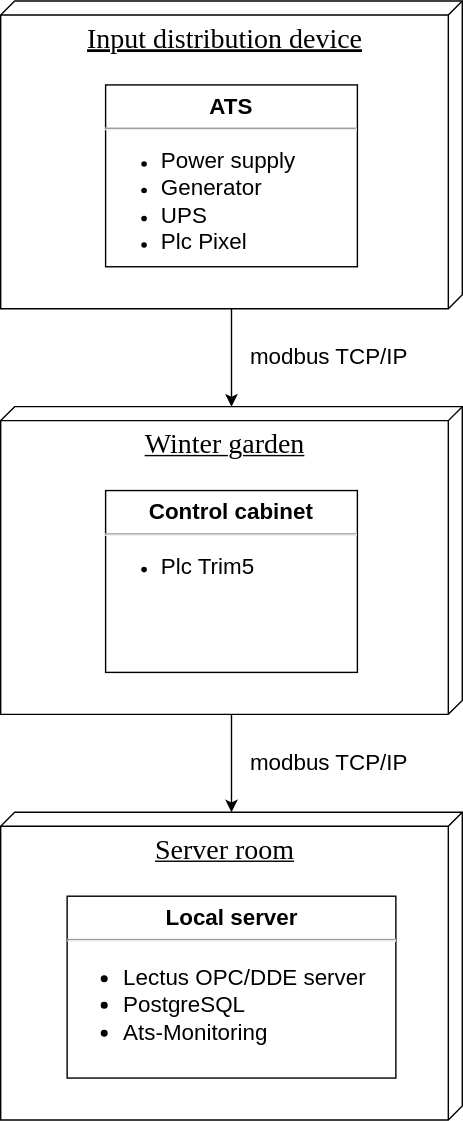
Above: diagram ats-monitoring.drawio.svg in stepanov-denis/ats-monitoring (draw.io), before the change. Source tidied: cells renumbered, new cells last; positions are measured from the earlier drawing's top-left corner, leaving out a move shared by most shapes.
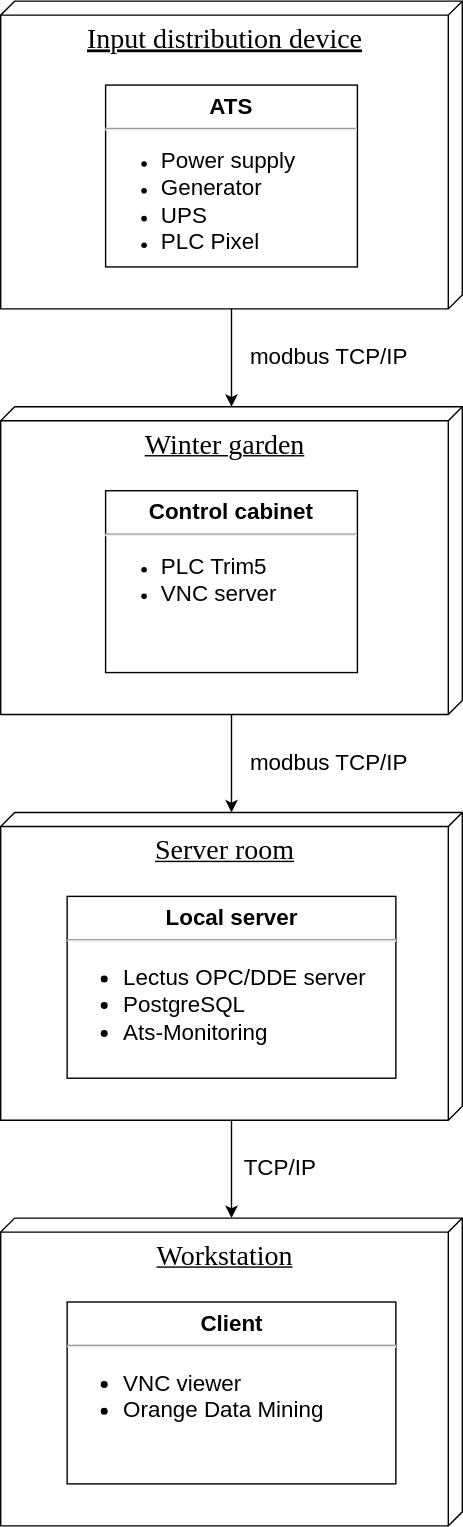
After the commit.

Change to the diagram source:
```diff
@@ -8,7 +8,7 @@
     <mxCell id="3" value="&lt;div style=&quot;font-size: 20px&quot; align=&quot;center&quot;&gt;&lt;font style=&quot;font-size: 20px&quot;&gt;Input distribution device&lt;/font&gt;&lt;/div&gt;" style="verticalAlign=top;align=center;spacingTop=8;spacingLeft=2;spacingRight=12;shape=cube;size=10;direction=south;fontStyle=4;html=1;rounded=0;shadow=0;comic=0;labelBackgroundColor=none;strokeWidth=1;fontFamily=Verdana;fontSize=12;" parent="1" vertex="1">
       <mxGeometry width="330" height="220" as="geometry" />
     </mxCell>
-    <mxCell id="4" value="&lt;p style=&quot;margin: 6px 0px 0px&quot; align=&quot;center&quot;&gt;&lt;b&gt;&lt;font size=&quot;1&quot;&gt;&lt;span style=&quot;font-size: 16px&quot;&gt;ATS&lt;/span&gt;&lt;/font&gt;&lt;/b&gt;&lt;/p&gt;&lt;hr align=&quot;left&quot;&gt;&lt;div align=&quot;left&quot;&gt;&lt;ul&gt;&lt;li&gt;&lt;font style=&quot;font-size: 16px&quot;&gt;Power supply&lt;/font&gt;&lt;/li&gt;&lt;li&gt;&lt;font style=&quot;font-size: 16px&quot;&gt;Generator&lt;/font&gt;&lt;/li&gt;&lt;li&gt;&lt;font style=&quot;font-size: 16px&quot;&gt;UPS&lt;/font&gt;&lt;/li&gt;&lt;li&gt;&lt;font style=&quot;font-size: 16px&quot;&gt;Plc Pixel&lt;/font&gt;&lt;/li&gt;&lt;/ul&gt;&lt;/div&gt;" style="align=left;overflow=fill;html=1;" parent="1" vertex="1">
+    <mxCell id="4" value="&lt;p style=&quot;margin: 6px 0px 0px&quot; align=&quot;center&quot;&gt;&lt;b&gt;&lt;font size=&quot;1&quot;&gt;&lt;span style=&quot;font-size: 16px&quot;&gt;ATS&lt;/span&gt;&lt;/font&gt;&lt;/b&gt;&lt;/p&gt;&lt;hr align=&quot;left&quot;&gt;&lt;div align=&quot;left&quot;&gt;&lt;ul&gt;&lt;li&gt;&lt;font style=&quot;font-size: 16px&quot;&gt;Power supply&lt;/font&gt;&lt;/li&gt;&lt;li&gt;&lt;font style=&quot;font-size: 16px&quot;&gt;Generator&lt;/font&gt;&lt;/li&gt;&lt;li&gt;&lt;font style=&quot;font-size: 16px&quot;&gt;UPS&lt;/font&gt;&lt;/li&gt;&lt;li&gt;&lt;font style=&quot;font-size: 16px&quot;&gt;PLC Pixel&lt;/font&gt;&lt;/li&gt;&lt;/ul&gt;&lt;/div&gt;" style="align=left;overflow=fill;html=1;" parent="1" vertex="1">
       <mxGeometry x="75" y="60" width="180" height="130" as="geometry" />
     </mxCell>
     <mxCell id="5" style="edgeStyle=orthogonalEdgeStyle;rounded=0;jettySize=auto;html=1;fontSize=16;" parent="1" edge="1" source="6" target="9">
@@ -17,12 +17,15 @@
     <mxCell id="6" value="&lt;div align=&quot;center&quot;&gt;&lt;font style=&quot;font-size: 20px&quot;&gt;Winter garden&lt;/font&gt;&lt;/div&gt;" style="verticalAlign=top;align=center;spacingTop=8;spacingLeft=2;spacingRight=12;shape=cube;size=10;direction=south;fontStyle=4;html=1;rounded=0;shadow=0;comic=0;labelBackgroundColor=none;strokeWidth=1;fontFamily=Verdana;fontSize=12;" parent="1" vertex="1">
       <mxGeometry y="290" width="330" height="220" as="geometry" />
     </mxCell>
-    <mxCell id="7" value="&lt;p style=&quot;margin: 0px ; margin-top: 6px ; text-align: center&quot;&gt;&lt;b&gt;&lt;font style=&quot;font-size: 16px&quot;&gt;Control cabinet&lt;/font&gt;&lt;/b&gt;&lt;br&gt;&lt;/p&gt;&lt;hr&gt;&lt;div align=&quot;left&quot;&gt;&lt;ul&gt;&lt;li&gt;&lt;font style=&quot;font-size: 16px&quot;&gt;Plc Trim5&lt;/font&gt;&lt;/li&gt;&lt;/ul&gt;&lt;/div&gt;" style="align=left;overflow=fill;html=1;" parent="1" vertex="1">
+    <mxCell id="7" value="&lt;p style=&quot;margin: 0px ; margin-top: 6px ; text-align: center&quot;&gt;&lt;b&gt;&lt;font style=&quot;font-size: 16px&quot;&gt;Control cabinet&lt;/font&gt;&lt;/b&gt;&lt;br&gt;&lt;/p&gt;&lt;hr&gt;&lt;div align=&quot;left&quot;&gt;&lt;ul&gt;&lt;li&gt;&lt;font style=&quot;font-size: 16px&quot;&gt;PLC Trim5&lt;/font&gt;&lt;/li&gt;&lt;li&gt;&lt;font style=&quot;font-size: 16px&quot;&gt;VNC server&lt;br&gt;&lt;/font&gt;&lt;/li&gt;&lt;/ul&gt;&lt;/div&gt;" style="align=left;overflow=fill;html=1;" parent="1" vertex="1">
       <mxGeometry x="75" y="350" width="180" height="130" as="geometry" />
     </mxCell>
     <mxCell id="8" value="modbus TCP/IP" style="text;align=center;fontStyle=0;verticalAlign=middle;spacingLeft=3;spacingRight=3;strokeColor=none;fontSize=16;" parent="1" vertex="1">
       <mxGeometry x="170" y="240" width="130" height="26" as="geometry" />
     </mxCell>
+    <mxCell id="12" style="edgeStyle=orthogonalEdgeStyle;rounded=0;jettySize=auto;html=1;fontSize=16;" parent="1" edge="1" source="9" target="13">
+      <mxGeometry relative="1" as="geometry" />
+    </mxCell>
     <mxCell id="9" value="&lt;font style=&quot;font-size: 20px&quot;&gt;Server room&lt;/font&gt;" style="verticalAlign=top;align=center;spacingTop=8;spacingLeft=2;spacingRight=12;shape=cube;size=10;direction=south;fontStyle=4;html=1;rounded=0;shadow=0;comic=0;labelBackgroundColor=none;strokeWidth=1;fontFamily=Verdana;fontSize=12;" parent="1" vertex="1">
       <mxGeometry y="580" width="330" height="220" as="geometry" />
     </mxCell>
@@ -32,5 +35,14 @@
     <mxCell id="11" value="modbus TCP/IP" style="text;align=center;fontStyle=0;verticalAlign=middle;spacingLeft=3;spacingRight=3;strokeColor=none;fontSize=16;" parent="1" vertex="1">
       <mxGeometry x="170" y="530" width="130" height="26" as="geometry" />
     </mxCell>
+    <mxCell id="13" value="&lt;font style=&quot;font-size: 20px&quot;&gt;Workstation&lt;/font&gt;" style="verticalAlign=top;align=center;spacingTop=8;spacingLeft=2;spacingRight=12;shape=cube;size=10;direction=south;fontStyle=4;html=1;rounded=0;shadow=0;comic=0;labelBackgroundColor=none;strokeWidth=1;fontFamily=Verdana;fontSize=12;" parent="1" vertex="1">
+      <mxGeometry y="870" width="330" height="220" as="geometry" />
+    </mxCell>
+    <mxCell id="14" value="&lt;p style=&quot;margin: 0px ; margin-top: 6px ; text-align: center&quot;&gt;&lt;b&gt;&lt;font size=&quot;1&quot;&gt;&lt;span style=&quot;font-size: 16px&quot;&gt;Client&lt;br&gt;&lt;/span&gt;&lt;/font&gt;&lt;/b&gt;&lt;/p&gt;&lt;hr&gt;&lt;ul style=&quot;font-size: 16px&quot;&gt;&lt;li&gt;&lt;font style=&quot;font-size: 16px&quot;&gt;VNC viewer&lt;br&gt;&lt;/font&gt;&lt;/li&gt;&lt;li&gt;Orange Data Mining&lt;br&gt;&lt;/li&gt;&lt;/ul&gt;" style="align=left;overflow=fill;html=1;" parent="1" vertex="1">
+      <mxGeometry x="47.5" y="930" width="235" height="130" as="geometry" />
+    </mxCell>
+    <mxCell id="15" value="TCP/IP" style="text;align=center;fontStyle=0;verticalAlign=middle;spacingLeft=3;spacingRight=3;strokeColor=none;fontSize=16;" parent="1" vertex="1">
+      <mxGeometry x="170" y="820" width="60" height="26" as="geometry" />
+    </mxCell>
   </root>
 </mxGraphModel>
```
